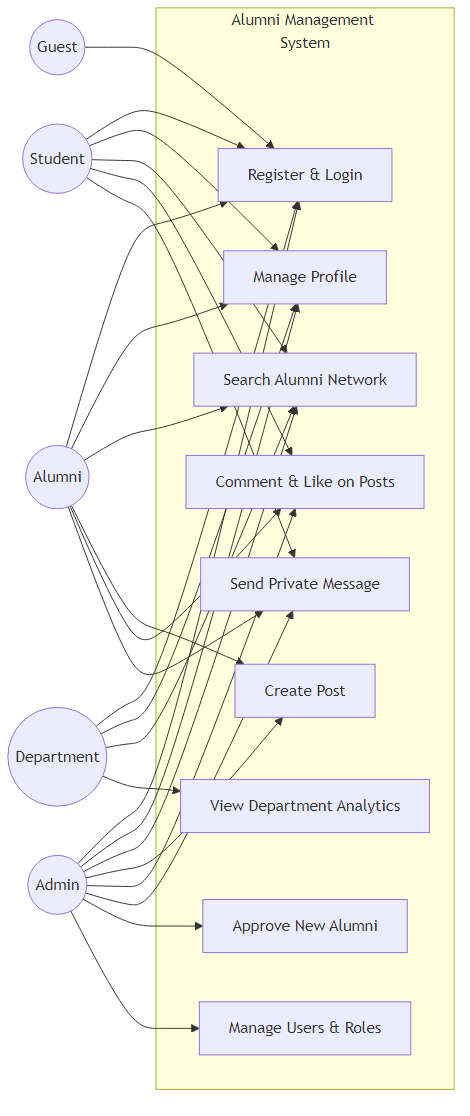
The Mermaid diagram Alumni_System_FSD_Report/use_case.png in shivadars/Alumni_System, before a commit. Its source is kept beside it as Alumni_System_FSD_Report/use_case.mmd. Its diagram source:
```mermaid
flowchart LR
    subgraph Alumni Management System
        UC1[Register & Login]
        UC2[Manage Profile]
        UC3[Search Alumni Network]
        UC4[Create Post]
        UC5[Comment & Like on Posts]
        UC6[Send Private Message]
        UC7[Approve New Alumni]
        UC8[Manage Users & Roles]
        UC9[View Department Analytics]
    end

    Guest((Guest))
    Student((Student))
    Alumni((Alumni))
    Admin((Admin))
    Department((Department))

    Guest --> UC1

    Student --> UC1
    Student --> UC2
    Student --> UC3
    Student --> UC5
    Student --> UC6

    Alumni --> UC1
    Alumni --> UC2
    Alumni --> UC3
    Alumni --> UC4
    Alumni --> UC5
    Alumni --> UC6

    Department --> UC1
    Department --> UC2
    Department --> UC3
    Department --> UC9

    Admin --> UC1
    Admin --> UC2
    Admin --> UC3
    Admin --> UC4
    Admin --> UC5
    Admin --> UC6
    Admin --> UC7
    Admin --> UC8
```
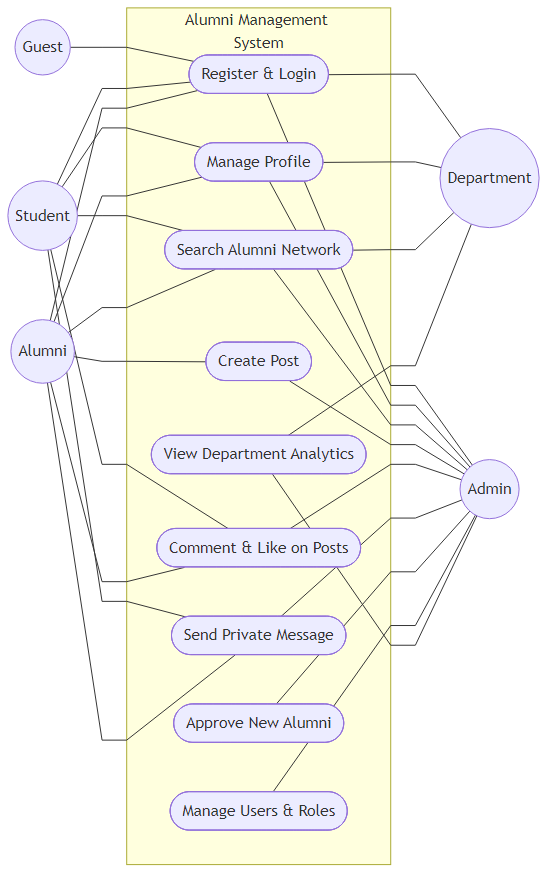
The same file after the commit.

Change to the diagram source:
```diff
@@ -1,47 +1,51 @@
+%%{init: {'flowchart': {'curve': 'linear'}}}%%
 flowchart LR
-    subgraph Alumni Management System
-        UC1[Register & Login]
-        UC2[Manage Profile]
-        UC3[Search Alumni Network]
-        UC4[Create Post]
-        UC5[Comment & Like on Posts]
-        UC6[Send Private Message]
-        UC7[Approve New Alumni]
-        UC8[Manage Users & Roles]
-        UC9[View Department Analytics]
-    end
-
     Guest((Guest))
     Student((Student))
     Alumni((Alumni))
+
+    subgraph System [Alumni Management System]
+        direction TB
+        UC1([Register & Login])
+        UC2([Manage Profile])
+        UC3([Search Alumni Network])
+        UC4([Create Post])
+        UC5([Comment & Like on Posts])
+        UC6([Send Private Message])
+        UC7([Approve New Alumni])
+        UC8([Manage Users & Roles])
+        UC9([View Department Analytics])
+    end
+
+    Department((Department))
     Admin((Admin))
-    Department((Department))
 
-    Guest --> UC1
+    Guest --- UC1
 
-    Student --> UC1
-    Student --> UC2
-    Student --> UC3
-    Student --> UC5
-    Student --> UC6
+    Student --- UC1
+    Student --- UC2
+    Student --- UC3
+    Student --- UC5
+    Student --- UC6
 
-    Alumni --> UC1
-    Alumni --> UC2
-    Alumni --> UC3
-    Alumni --> UC4
-    Alumni --> UC5
-    Alumni --> UC6
+    Alumni --- UC1
+    Alumni --- UC2
+    Alumni --- UC3
+    Alumni --- UC4
+    Alumni --- UC5
+    Alumni --- UC6
 
-    Department --> UC1
-    Department --> UC2
-    Department --> UC3
-    Department --> UC9
+    UC1 --- Department
+    UC2 --- Department
+    UC3 --- Department
+    UC9 --- Department
 
-    Admin --> UC1
-    Admin --> UC2
-    Admin --> UC3
-    Admin --> UC4
-    Admin --> UC5
-    Admin --> UC6
-    Admin --> UC7
-    Admin --> UC8
+    UC1 --- Admin
+    UC2 --- Admin
+    UC3 --- Admin
+    UC4 --- Admin
+    UC5 --- Admin
+    UC6 --- Admin
+    UC7 --- Admin
+    UC8 --- Admin
+    UC9 --- Admin
```
